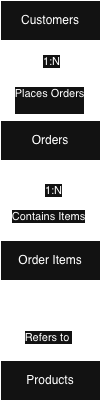
The draw.io diagram docs/diagrams/conceptual-erd.drawio.png in neeleshksingh/Ecommerce-Sales-Analytics, before a commit. Source tidied: cells renumbered, new cells last; positions are measured from the earlier drawing's top-left corner, leaving out a move shared by most shapes.
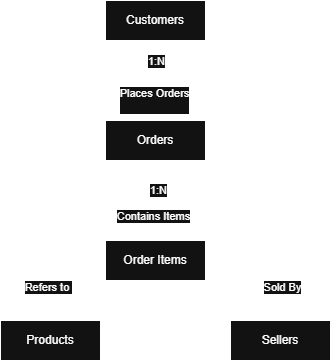
Later version of the same file.

Diff of the diagram source:
```diff
@@ -34,11 +34,20 @@
     <mxCell id="11" value="Refers to&amp;nbsp;" style="edgeLabel;html=1;align=center;verticalAlign=middle;" parent="10" vertex="1">
       <mxGeometry x="0.4" y="-3" relative="1" as="geometry" />
     </mxCell>
+    <mxCell id="14" style="edgeStyle=orthogonalEdgeStyle;rounded=0;jettySize=auto;html=1;entryX=0.5;entryY=0;entryDx=0;entryDy=0;" parent="1" edge="1" source="12" target="16">
+      <mxGeometry relative="1" as="geometry" />
+    </mxCell>
+    <mxCell id="15" value="Sold By" style="edgeLabel;html=1;align=center;verticalAlign=middle;" parent="14" vertex="1">
+      <mxGeometry x="0.5" y="1" relative="1" as="geometry" />
+    </mxCell>
     <mxCell id="12" value="Order Items" style="whiteSpace=wrap;html=1;align=center;" parent="1" vertex="1">
       <mxGeometry y="240" width="100" height="40" as="geometry" />
     </mxCell>
     <mxCell id="13" value="Products" style="whiteSpace=wrap;html=1;align=center;" parent="1" vertex="1">
-      <mxGeometry y="360" width="100" height="40" as="geometry" />
+      <mxGeometry x="-105" y="320" width="100" height="40" as="geometry" />
     </mxCell>
+    <mxCell id="16" value="Sellers" style="whiteSpace=wrap;html=1;align=center;" parent="1" vertex="1">
+      <mxGeometry x="125" y="320" width="100" height="40" as="geometry" />
+    </mxCell>
   </root>
 </mxGraphModel>
```
